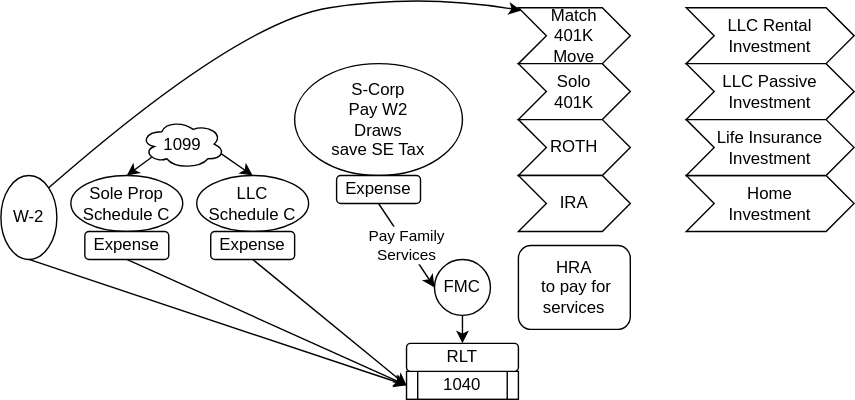
The draw.io diagram tax/FedTax1040Structure.svg in christrees/blog, before a commit. Source tidied: cells renumbered, new cells last; positions are measured from the earlier drawing's top-left corner, leaving out a move shared by most shapes.
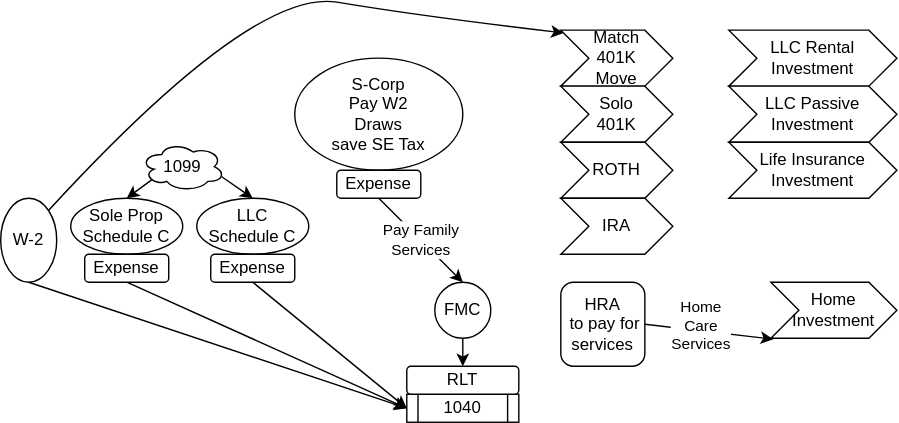
Later version of the same file.

What changed in the source:
```diff
@@ -3,22 +3,22 @@
     <mxCell id="0" />
     <mxCell id="1" parent="0" />
     <mxCell id="2" value="1040" style="shape=process;whiteSpace=wrap;html=1;backgroundOutline=1;" parent="1" vertex="1">
-      <mxGeometry x="290" y="270" width="80" height="20" as="geometry" />
+      <mxGeometry x="220" y="190" width="80" height="20" as="geometry" />
     </mxCell>
     <mxCell id="3" value="RLT" style="rounded=1;whiteSpace=wrap;html=1;" parent="1" vertex="1">
-      <mxGeometry x="290" y="250" width="80" height="20" as="geometry" />
+      <mxGeometry x="220" y="170" width="80" height="20" as="geometry" />
     </mxCell>
     <mxCell id="4" value="FMC" style="ellipse;whiteSpace=wrap;html=1;" parent="1" vertex="1">
-      <mxGeometry x="310" y="190" width="40" height="40" as="geometry" />
+      <mxGeometry x="240" y="110" width="40" height="40" as="geometry" />
     </mxCell>
     <mxCell id="5" value="Sole Prop&lt;br&gt;Schedule C" style="ellipse;whiteSpace=wrap;html=1;" parent="1" vertex="1">
-      <mxGeometry x="50" y="130" width="80" height="40" as="geometry" />
+      <mxGeometry x="-20" y="50" width="80" height="40" as="geometry" />
     </mxCell>
     <mxCell id="6" value="LLC&lt;br&gt;Schedule C" style="ellipse;whiteSpace=wrap;html=1;" parent="1" vertex="1">
-      <mxGeometry x="140" y="130" width="80" height="40" as="geometry" />
+      <mxGeometry x="70" y="50" width="80" height="40" as="geometry" />
     </mxCell>
     <mxCell id="7" value="W-2" style="ellipse;whiteSpace=wrap;html=1;" parent="1" vertex="1">
-      <mxGeometry y="130" width="40" height="60" as="geometry" />
+      <mxGeometry x="-70" y="50" width="40" height="60" as="geometry" />
     </mxCell>
     <mxCell id="8" style="endArrow=classic;html=1;exitX=0.13;exitY=0.77;exitDx=0;exitDy=0;entryX=0.5;entryY=0;entryDx=0;entryDy=0;exitPerimeter=0;" parent="1" edge="1" source="10" target="5">
       <mxGeometry relative="1" as="geometry" />
@@ -27,7 +27,7 @@
       <mxGeometry relative="1" as="geometry" />
     </mxCell>
     <mxCell id="10" value="1099" style="ellipse;shape=cloud;whiteSpace=wrap;html=1;" parent="1" vertex="1">
-      <mxGeometry x="100" y="90" width="60" height="35" as="geometry" />
+      <mxGeometry x="30" y="10" width="60" height="35" as="geometry" />
     </mxCell>
     <mxCell id="11" style="endArrow=classic;html=1;entryX=0;entryY=0.5;entryDx=0;entryDy=0;exitX=0.5;exitY=1;exitDx=0;exitDy=0;" parent="1" edge="1" source="15" target="2">
       <mxGeometry relative="1" as="geometry" />
@@ -37,61 +37,69 @@
     </mxCell>
     <mxCell id="13" style="endArrow=classic;html=1;exitX=0.5;exitY=1;exitDx=0;exitDy=0;" parent="1" edge="1" source="7">
       <mxGeometry relative="1" as="geometry">
-        <mxPoint x="290" y="280" as="targetPoint" />
+        <mxPoint x="220" y="200" as="targetPoint" />
       </mxGeometry>
     </mxCell>
     <mxCell id="14" value="Expense" style="rounded=1;whiteSpace=wrap;html=1;" parent="1" vertex="1">
-      <mxGeometry x="60" y="170" width="60" height="20" as="geometry" />
+      <mxGeometry x="-10" y="90" width="60" height="20" as="geometry" />
     </mxCell>
     <mxCell id="15" value="Expense" style="rounded=1;whiteSpace=wrap;html=1;" parent="1" vertex="1">
-      <mxGeometry x="150" y="170" width="60" height="20" as="geometry" />
+      <mxGeometry x="80" y="90" width="60" height="20" as="geometry" />
     </mxCell>
     <mxCell id="16" style="endArrow=classic;html=1;entryX=0.5;entryY=0;entryDx=0;entryDy=0;exitX=0.5;exitY=1;exitDx=0;exitDy=0;" parent="1" edge="1" source="4" target="3">
       <mxGeometry relative="1" as="geometry" />
     </mxCell>
     <mxCell id="17" value="S-Corp&lt;br&gt;Pay W2&lt;br&gt;Draws&lt;br&gt;save SE Tax" style="ellipse;whiteSpace=wrap;html=1;" parent="1" vertex="1">
-      <mxGeometry x="210" y="50" width="120" height="80" as="geometry" />
+      <mxGeometry x="140" y="-50" width="120" height="80" as="geometry" />
     </mxCell>
     <mxCell id="18" value="Expense" style="rounded=1;whiteSpace=wrap;html=1;" parent="1" vertex="1">
-      <mxGeometry x="240" y="130" width="60" height="20" as="geometry" />
+      <mxGeometry x="170" y="30" width="60" height="20" as="geometry" />
     </mxCell>
     <mxCell id="19" value="Match&lt;br&gt;401K&lt;br&gt;Move" style="shape=step;perimeter=stepPerimeter;whiteSpace=wrap;html=1;fixedSize=1;" parent="1" vertex="1">
-      <mxGeometry x="370" y="10" width="80" height="40" as="geometry" />
+      <mxGeometry x="330" y="-70" width="80" height="40" as="geometry" />
     </mxCell>
     <mxCell id="20" style="curved=1;endArrow=classic;html=1;exitX=1;exitY=0;exitDx=0;exitDy=0;entryX=0.025;entryY=0.05;entryDx=0;entryDy=0;entryPerimeter=0;" parent="1" edge="1" source="7" target="19">
       <mxGeometry relative="1" as="geometry">
         <Array as="points">
-          <mxPoint x="170" y="20" />
-          <mxPoint x="300" />
+          <mxPoint x="110" y="-100" />
+          <mxPoint x="230" y="-80" />
         </Array>
       </mxGeometry>
     </mxCell>
     <mxCell id="21" value="Solo&lt;br&gt;401K" style="shape=step;perimeter=stepPerimeter;whiteSpace=wrap;html=1;fixedSize=1;" parent="1" vertex="1">
-      <mxGeometry x="370" y="50" width="80" height="40" as="geometry" />
+      <mxGeometry x="330" y="-30" width="80" height="40" as="geometry" />
     </mxCell>
     <mxCell id="22" value="ROTH" style="shape=step;perimeter=stepPerimeter;whiteSpace=wrap;html=1;fixedSize=1;" parent="1" vertex="1">
-      <mxGeometry x="370" y="90" width="80" height="40" as="geometry" />
+      <mxGeometry x="330" y="10" width="80" height="40" as="geometry" />
     </mxCell>
     <mxCell id="23" value="IRA" style="shape=step;perimeter=stepPerimeter;whiteSpace=wrap;html=1;fixedSize=1;" parent="1" vertex="1">
-      <mxGeometry x="370" y="130" width="80" height="40" as="geometry" />
+      <mxGeometry x="330" y="50" width="80" height="40" as="geometry" />
     </mxCell>
-    <mxCell id="24" value="Pay Family&lt;br&gt;Services" style="endArrow=classic;html=1;entryX=0;entryY=0.5;entryDx=0;entryDy=0;exitX=0.5;exitY=1;exitDx=0;exitDy=0;" parent="1" edge="1" source="18" target="4">
+    <mxCell id="24" value="Pay Family&lt;br&gt;Services" style="endArrow=classic;html=1;entryX=0.5;entryY=0;entryDx=0;entryDy=0;exitX=0.5;exitY=1;exitDx=0;exitDy=0;" parent="1" edge="1" source="18" target="4">
       <mxGeometry relative="1" as="geometry" />
     </mxCell>
     <mxCell id="25" value="LLC Rental&lt;br&gt;Investment" style="shape=step;perimeter=stepPerimeter;whiteSpace=wrap;html=1;fixedSize=1;" parent="1" vertex="1">
-      <mxGeometry x="490" y="10" width="120" height="40" as="geometry" />
+      <mxGeometry x="450" y="-70" width="120" height="40" as="geometry" />
     </mxCell>
     <mxCell id="26" value="LLC Passive&lt;br&gt;Investment" style="shape=step;perimeter=stepPerimeter;whiteSpace=wrap;html=1;fixedSize=1;" parent="1" vertex="1">
-      <mxGeometry x="490" y="50" width="120" height="40" as="geometry" />
+      <mxGeometry x="450" y="-30" width="120" height="40" as="geometry" />
     </mxCell>
     <mxCell id="27" value="Home&lt;br&gt;Investment" style="shape=step;perimeter=stepPerimeter;whiteSpace=wrap;html=1;fixedSize=1;" parent="1" vertex="1">
-      <mxGeometry x="490" y="130" width="120" height="40" as="geometry" />
+      <mxGeometry x="480" y="110" width="90" height="40" as="geometry" />
     </mxCell>
     <mxCell id="28" value="Life Insurance&lt;br&gt;Investment" style="shape=step;perimeter=stepPerimeter;whiteSpace=wrap;html=1;fixedSize=1;" parent="1" vertex="1">
-      <mxGeometry x="490" y="90" width="120" height="40" as="geometry" />
+      <mxGeometry x="450" y="10" width="120" height="40" as="geometry" />
     </mxCell>
     <mxCell id="29" value="HRA&lt;br&gt;&amp;nbsp;to pay for services" style="rounded=1;whiteSpace=wrap;html=1;" parent="1" vertex="1">
-      <mxGeometry x="370" y="180" width="80" height="60" as="geometry" />
+      <mxGeometry x="330" y="110" width="60" height="60" as="geometry" />
     </mxCell>
+    <mxCell id="30" style="endArrow=classic;html=1;entryX=0.019;entryY=1.017;entryDx=0;entryDy=0;entryPerimeter=0;exitX=1;exitY=0.5;exitDx=0;exitDy=0;" parent="1" edge="1" source="29" target="27">
+      <mxGeometry relative="1" as="geometry" />
+    </mxCell>
+    <mxCell id="31" value="Home&lt;br&gt;Care&lt;br&gt;Services" style="edgeLabel;html=1;align=center;verticalAlign=middle;" parent="30" vertex="1">
+      <mxGeometry x="-0.39" y="-1" relative="1" as="geometry">
+        <mxPoint x="12" y="-4" as="offset" />
+      </mxGeometry>
+    </mxCell>
   </root>
 </mxGraphModel>
```
